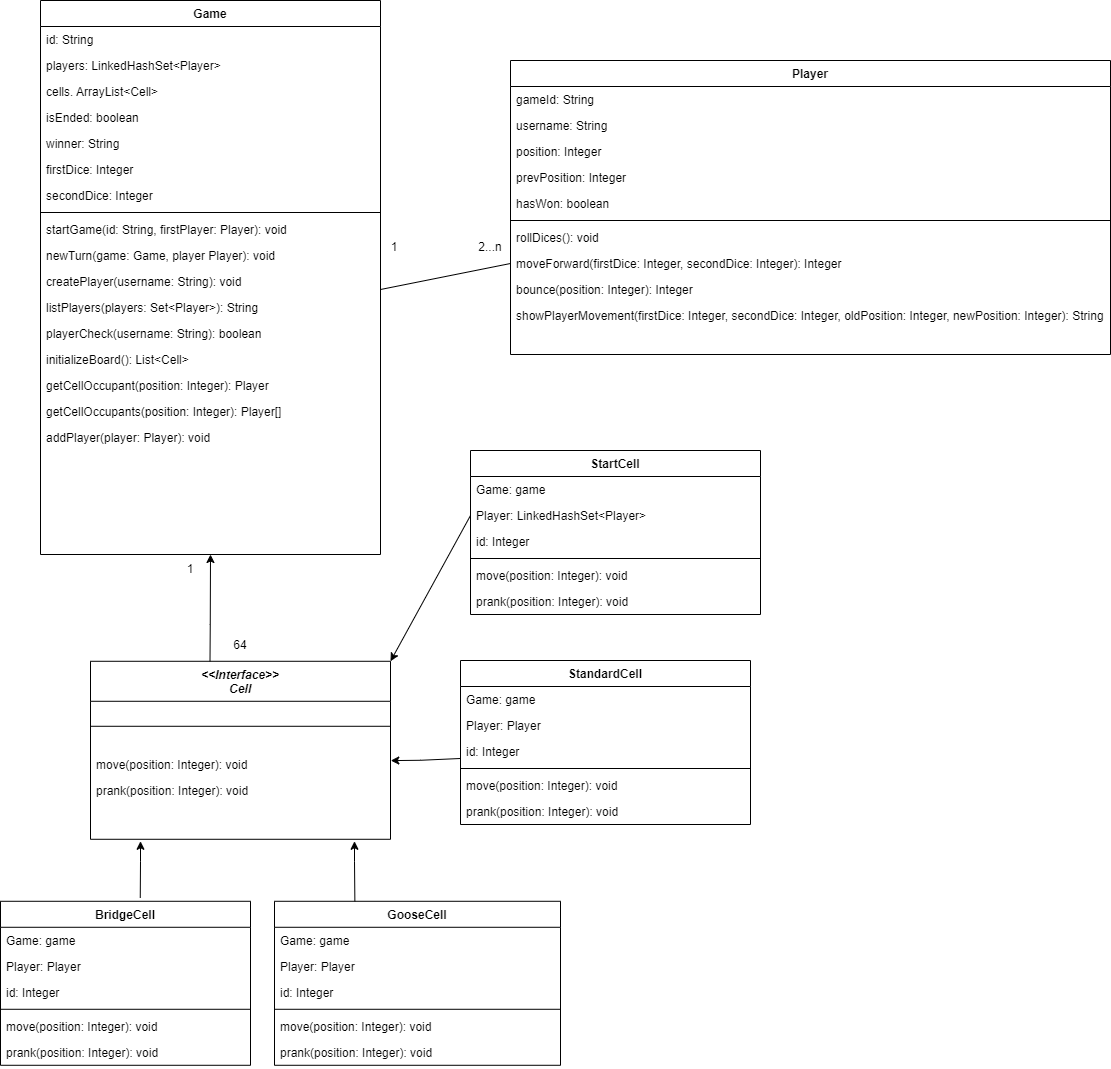
Before: Diagrams/Class Diagram/TheGooseGame_ClassDiagram.png, a diagram exported from draw.io (diegorodolfofranco/the-goose-game). Source tidied: cells renumbered, new cells last; positions are measured from the earlier drawing's top-left corner, leaving out a move shared by most shapes.
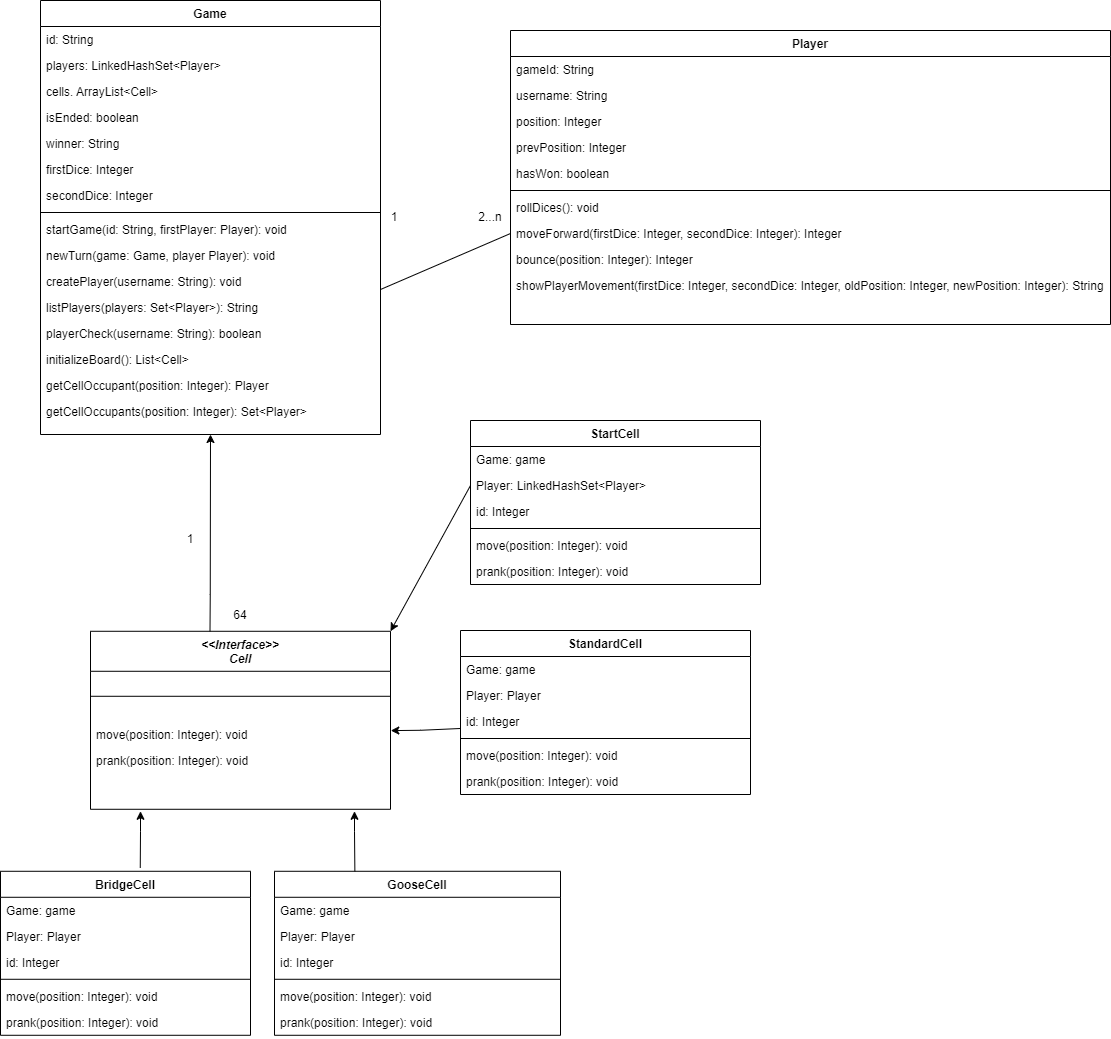
After the change.

The edit, as a diff of the source:
```diff
@@ -3,7 +3,7 @@
     <mxCell id="0" />
     <mxCell id="1" parent="0" />
     <mxCell id="2" value="Game" style="swimlane;fontStyle=1;align=center;verticalAlign=top;horizontal=1;startSize=26;rounded=0;shadow=0;strokeWidth=1;" parent="1" vertex="1">
-      <mxGeometry x="40" width="340" height="554" as="geometry" />
+      <mxGeometry x="40" y="30" width="340" height="434" as="geometry" />
     </mxCell>
     <mxCell id="3" value="id: String" style="text;align=left;verticalAlign=top;spacingLeft=4;spacingRight=4;overflow=hidden;" parent="2" vertex="1">
       <mxGeometry y="26" width="340" height="26" as="geometry" />
@@ -50,12 +50,9 @@
     <mxCell id="17" value="getCellOccupant(position: Integer): Player" style="text;align=left;verticalAlign=top;spacingLeft=4;spacingRight=4;overflow=hidden;" parent="2" vertex="1">
       <mxGeometry y="372" width="340" height="26" as="geometry" />
     </mxCell>
-    <mxCell id="18" value="getCellOccupants(position: Integer): Player[]" style="text;align=left;verticalAlign=top;spacingLeft=4;spacingRight=4;overflow=hidden;" parent="2" vertex="1">
+    <mxCell id="18" value="getCellOccupants(position: Integer): Set&lt;Player&gt;" style="text;align=left;verticalAlign=top;spacingLeft=4;spacingRight=4;overflow=hidden;" parent="2" vertex="1">
       <mxGeometry y="398" width="340" height="26" as="geometry" />
     </mxCell>
-    <mxCell id="19" value="addPlayer(player: Player): void" style="text;align=left;verticalAlign=top;spacingLeft=4;spacingRight=4;overflow=hidden;" parent="2" vertex="1">
-      <mxGeometry y="424" width="340" height="26" as="geometry" />
-    </mxCell>
     <mxCell id="20" value="&lt;&lt;Interface&gt;&gt;&#10;Cell" style="swimlane;fontStyle=3;align=center;verticalAlign=top;horizontal=1;startSize=40;rounded=0;shadow=0;strokeWidth=1;" parent="1" vertex="1">
       <mxGeometry x="90" y="660.8" width="300" height="178" as="geometry" />
     </mxCell>
```
